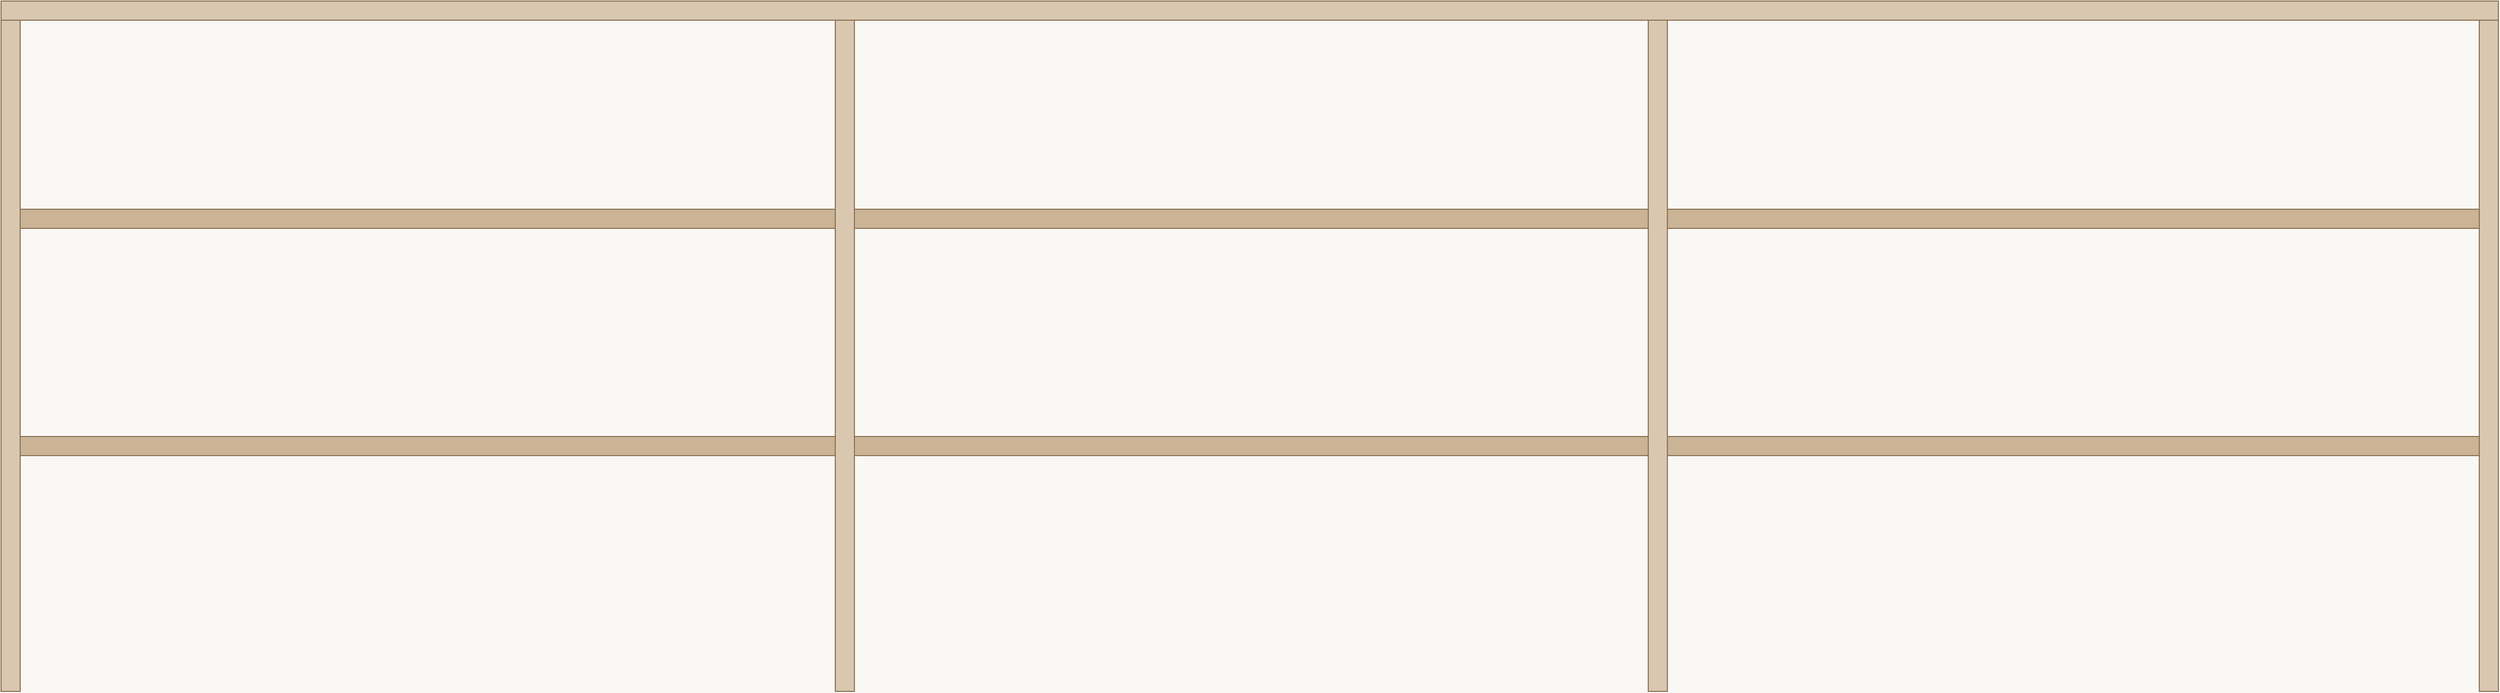
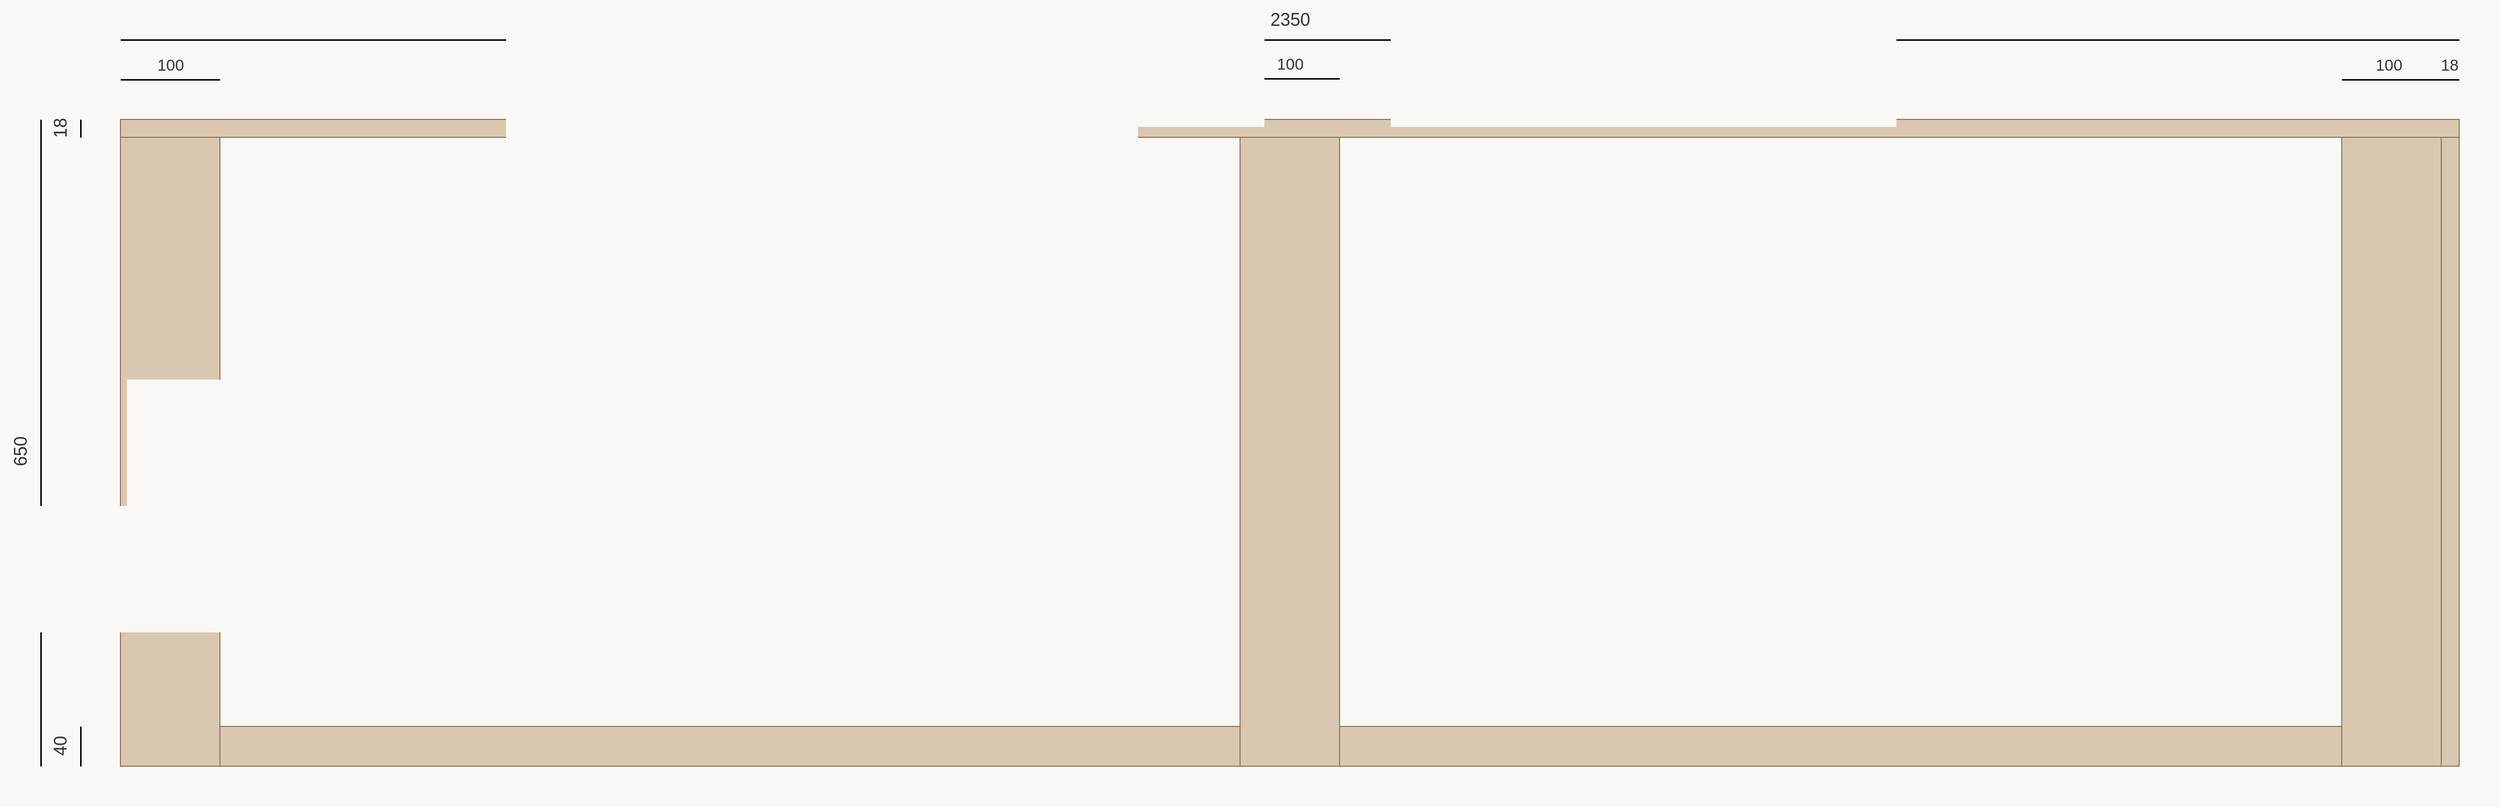
<mxfile host="65bd71144e">
-     <diagram id="wzeSCYKQeLpUubLLfrzc" name="Page-1">
-         <mxGraphModel dx="2380" dy="1740" grid="1" gridSize="10" guides="1" tooltips="1" connect="1" arrows="1" fold="1" page="0" pageScale="1" pageWidth="827" pageHeight="1169" background="#faf8f5" math="0" shadow="0">
+     <diagram id="wzeSCYKQeLpUubLLfrzc" name="Grundgerüst">
+         <mxGraphModel dx="2618" dy="1734" grid="1" gridSize="10" guides="1" tooltips="1" connect="1" arrows="1" fold="1" page="0" pageScale="1" pageWidth="827" pageHeight="1169" background="#faf8f5" math="0" shadow="0">
            <root>
                <mxCell id="0"/>
                <mxCell id="1" parent="0"/>
+                 <mxCell id="46" value="" style="rounded=0;whiteSpace=wrap;html=1;fillColor=#d9c7b0;strokeColor=#8b7355;strokeWidth=1;" parent="1" vertex="1">
+                     <mxGeometry x="160" y="770" width="2332" height="40" as="geometry"/>
+                 </mxCell>
                <mxCell id="20" value="" style="rounded=0;whiteSpace=wrap;html=1;fillColor=#d9c7b0;strokeColor=#8b7355;strokeWidth=1;" parent="1" vertex="1">
                    <mxGeometry x="160" y="160" width="2350" height="18" as="geometry"/>
                </mxCell>
                <mxCell id="21" value="" style="rounded=0;whiteSpace=wrap;html=1;rotation=0;direction=south;fillColor=#d9c7b0;strokeColor=#8b7355;strokeWidth=1;" parent="1" vertex="1">
-                     <mxGeometry x="160" y="178" width="18" height="632" as="geometry"/>
+                     <mxGeometry x="160" y="178" width="100" height="632" as="geometry"/>
                </mxCell>
-                 <mxCell id="22" value="" style="rounded=0;whiteSpace=wrap;html=1;rotation=0;direction=south;fillColor=#d9c7b0;strokeColor=#8b7355;strokeWidth=1;" parent="1" vertex="1">
+                 <mxCell id="27" value="" style="rounded=0;whiteSpace=wrap;html=1;fillColor=#d9c7b0;strokeColor=#8b7355;strokeWidth=1;" parent="1" vertex="1">
+                     <mxGeometry x="1285" y="178" width="100" height="632" as="geometry"/>
+                 </mxCell>
+                 <mxCell id="45" value="" style="rounded=0;whiteSpace=wrap;html=1;fillColor=#d9c7b0;strokeColor=#8b7355;strokeWidth=1;" parent="1" vertex="1">
+                     <mxGeometry x="2392" y="178" width="100" height="632" as="geometry"/>
+                 </mxCell>
+                 <mxCell id="47" value="" style="rounded=0;whiteSpace=wrap;html=1;fillColor=#d9c7b0;strokeColor=#8b7355;strokeWidth=1;" parent="1" vertex="1">
                    <mxGeometry x="2492" y="178" width="18" height="632" as="geometry"/>
                </mxCell>
-                 <mxCell id="27" value="" style="rounded=0;whiteSpace=wrap;html=1;fillColor=#d9c7b0;strokeColor=#8b7355;strokeWidth=1;" parent="1" vertex="1">
-                     <mxGeometry x="945" y="178" width="18" height="632" as="geometry"/>
+                 <mxCell id="100" value="2350" style="text;html=1;strokeColor=none;fillColor=none;align=center;verticalAlign=middle;fontSize=18;fontColor=#333333;" parent="1" vertex="1">
+                     <mxGeometry x="1160" y="40" width="350" height="40" as="geometry"/>
                </mxCell>
-                 <mxCell id="28" value="" style="rounded=0;whiteSpace=wrap;html=1;fillColor=#d9c7b0;strokeColor=#8b7355;strokeWidth=1;" parent="1" vertex="1">
-                     <mxGeometry x="1710" y="178" width="18" height="632" as="geometry"/>
+                 <mxCell id="101" value="" style="html=1;strokeWidth=1.5;startArrow=none;endArrow=none;" parent="1" edge="1">
+                     <mxGeometry relative="1" as="geometry">
+                         <mxPoint x="160" y="80" as="sourcePoint"/>
+                         <mxPoint x="2510" y="80" as="targetPoint"/>
+                     </mxGeometry>
                </mxCell>
-                 <mxCell id="40" value="" style="rounded=0;whiteSpace=wrap;html=1;fillColor=#cbb396;strokeColor=#8b7355;strokeWidth=1;" parent="1" vertex="1">
-                     <mxGeometry x="178" y="356" width="767" height="18" as="geometry"/>
+                 <mxCell id="102" value="650" style="text;html=1;strokeColor=none;fillColor=none;align=center;verticalAlign=middle;rotation=270;fontSize=18;fontColor=#333333;" parent="1" vertex="1">
+                     <mxGeometry y="474" width="120" height="40" as="geometry"/>
                </mxCell>
-                 <mxCell id="41" value="" style="rounded=0;whiteSpace=wrap;html=1;fillColor=#cbb396;strokeColor=#8b7355;strokeWidth=1;" parent="1" vertex="1">
-                     <mxGeometry x="963" y="356" width="747" height="18" as="geometry"/>
+                 <mxCell id="103" value="" style="html=1;strokeWidth=1.5;startArrow=none;endArrow=none;" parent="1" edge="1">
+                     <mxGeometry relative="1" as="geometry">
+                         <mxPoint x="80" y="160" as="sourcePoint"/>
+                         <mxPoint x="80" y="810" as="targetPoint"/>
+                     </mxGeometry>
                </mxCell>
-                 <mxCell id="42" value="" style="rounded=0;whiteSpace=wrap;html=1;fillColor=#cbb396;strokeColor=#8b7355;strokeWidth=1;" parent="1" vertex="1">
-                     <mxGeometry x="1728" y="356" width="764" height="18" as="geometry"/>
+                 <mxCell id="104" value="100" style="text;html=1;strokeColor=none;fillColor=none;align=center;verticalAlign=middle;fontSize=16;fontColor=#333333;" parent="1" vertex="1">
+                     <mxGeometry x="145" y="90" width="130" height="30" as="geometry"/>
                </mxCell>
-                 <mxCell id="43" value="" style="rounded=0;whiteSpace=wrap;html=1;fillColor=#cbb396;strokeColor=#8b7355;strokeWidth=1;" parent="1" vertex="1">
-                     <mxGeometry x="178" y="570" width="767" height="18" as="geometry"/>
+                 <mxCell id="105" value="" style="html=1;strokeWidth=1.5;startArrow=none;endArrow=none;" parent="1" edge="1">
+                     <mxGeometry relative="1" as="geometry">
+                         <mxPoint x="160" y="120" as="sourcePoint"/>
+                         <mxPoint x="260" y="120" as="targetPoint"/>
+                     </mxGeometry>
                </mxCell>
-                 <mxCell id="44" value="" style="rounded=0;whiteSpace=wrap;html=1;fillColor=#cbb396;strokeColor=#8b7355;strokeWidth=1;" parent="1" vertex="1">
-                     <mxGeometry x="963" y="570" width="747" height="18" as="geometry"/>
+                 <mxCell id="108" value="18" style="text;html=1;strokeColor=none;fillColor=none;align=center;verticalAlign=middle;fontSize=16;fontColor=#333333;" parent="1" vertex="1">
+                     <mxGeometry x="2450" y="90" width="100" height="30" as="geometry"/>
                </mxCell>
-                 <mxCell id="45" value="" style="rounded=0;whiteSpace=wrap;html=1;fillColor=#cbb396;strokeColor=#8b7355;strokeWidth=1;" parent="1" vertex="1">
-                     <mxGeometry x="1728" y="570" width="764" height="18" as="geometry"/>
+                 <mxCell id="110" value="" style="html=1;strokeWidth=1.5;startArrow=none;endArrow=none;" edge="1" parent="1">
+                     <mxGeometry relative="1" as="geometry">
+                         <mxPoint x="120" y="160" as="sourcePoint"/>
+                         <mxPoint x="120" y="178" as="targetPoint"/>
+                     </mxGeometry>
+                 </mxCell>
+                 <mxCell id="111" value="18" style="text;html=1;strokeColor=none;fillColor=none;align=center;verticalAlign=middle;rotation=270;fontSize=18;fontColor=#333333;" vertex="1" parent="1">
+                     <mxGeometry x="40" y="149" width="120" height="40" as="geometry"/>
+                 </mxCell>
+                 <mxCell id="112" value="" style="html=1;strokeWidth=1.5;startArrow=none;endArrow=none;" edge="1" parent="1">
+                     <mxGeometry relative="1" as="geometry">
+                         <mxPoint x="120" y="770" as="sourcePoint"/>
+                         <mxPoint x="120" y="810" as="targetPoint"/>
+                     </mxGeometry>
+                 </mxCell>
+                 <mxCell id="114" value="40" style="text;html=1;strokeColor=none;fillColor=none;align=center;verticalAlign=middle;rotation=270;fontSize=18;fontColor=#333333;" vertex="1" parent="1">
+                     <mxGeometry x="40" y="770" width="120" height="40" as="geometry"/>
+                 </mxCell>
+                 <mxCell id="117" value="100" style="text;html=1;strokeColor=none;fillColor=none;align=center;verticalAlign=middle;fontSize=16;fontColor=#333333;" vertex="1" parent="1">
+                     <mxGeometry x="1270" y="88.95" width="130" height="30" as="geometry"/>
+                 </mxCell>
+                 <mxCell id="118" value="" style="html=1;strokeWidth=1.5;startArrow=none;endArrow=none;" edge="1" parent="1">
+                     <mxGeometry relative="1" as="geometry">
+                         <mxPoint x="1285" y="118.95" as="sourcePoint"/>
+                         <mxPoint x="1385" y="118.95" as="targetPoint"/>
+                     </mxGeometry>
+                 </mxCell>
+                 <mxCell id="119" value="100" style="text;html=1;strokeColor=none;fillColor=none;align=center;verticalAlign=middle;fontSize=16;fontColor=#333333;" vertex="1" parent="1">
+                     <mxGeometry x="2370" y="90" width="137" height="30" as="geometry"/>
+                 </mxCell>
+                 <mxCell id="120" value="" style="html=1;strokeWidth=1.5;startArrow=none;endArrow=none;" edge="1" parent="1">
+                     <mxGeometry relative="1" as="geometry">
+                         <mxPoint x="2392" y="120" as="sourcePoint"/>
+                         <mxPoint x="2510" y="120" as="targetPoint"/>
+                     </mxGeometry>
                </mxCell>
            </root>
        </mxGraphModel>
    </diagram>
</mxfile>